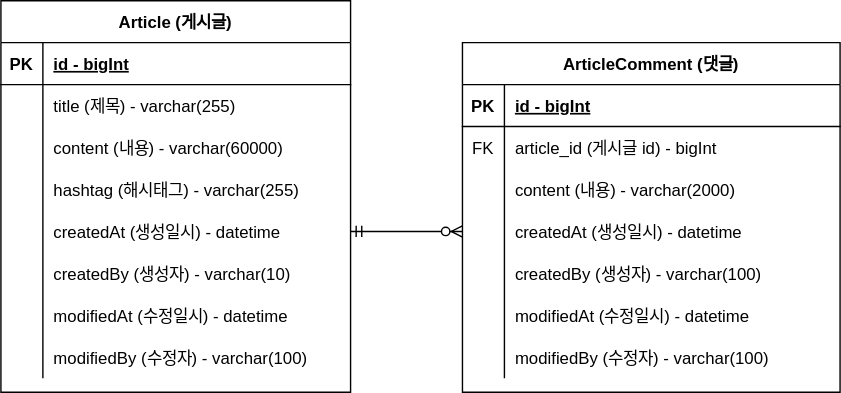
Earlier version of the draw.io export document/project-board-erd.svg (Baeyonghyeon/project-board). Source tidied: cells renumbered, new cells last; positions are measured from the earlier drawing's top-left corner, leaving out a move shared by most shapes.
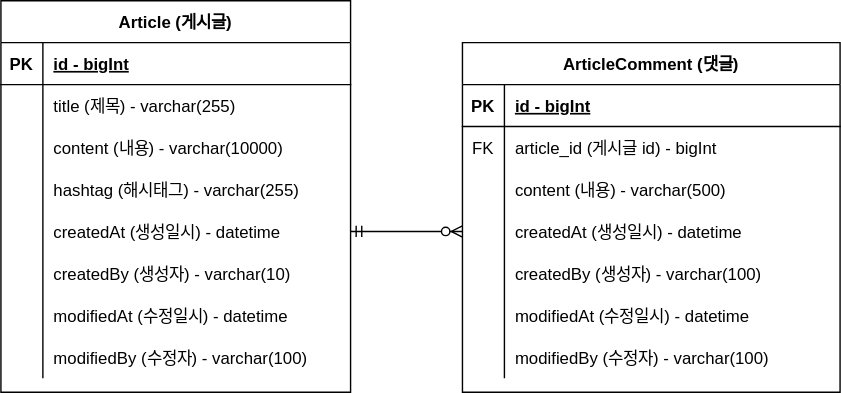
The same file after the commit.

Commit message:
#10 - erd 업데이트 : content 크기 수정

Change to the diagram source:
```diff
@@ -29,7 +29,7 @@
     <mxCell id="10" style="shape=partialRectangle;fillColor=none;top=0;left=0;bottom=0;right=0;overflow=hidden;" parent="9" vertex="1">
       <mxGeometry width="30" height="30" as="geometry" />
     </mxCell>
-    <mxCell id="11" value="content (내용) - varchar(60000)" style="shape=partialRectangle;fillColor=none;top=0;left=0;bottom=0;right=0;align=left;spacingLeft=6;overflow=hidden;" parent="9" vertex="1">
+    <mxCell id="11" value="content (내용) - varchar(10000)" style="shape=partialRectangle;fillColor=none;top=0;left=0;bottom=0;right=0;align=left;spacingLeft=6;overflow=hidden;" parent="9" vertex="1">
       <mxGeometry x="30" width="220" height="30" as="geometry" />
     </mxCell>
     <mxCell id="12" style="shape=tableRow;horizontal=0;startSize=0;swimlaneHead=0;swimlaneBody=0;fillColor=none;top=0;left=0;right=0;bottom=0;" parent="2" vertex="1">
@@ -104,7 +104,7 @@
     <mxCell id="35" style="shape=partialRectangle;fillColor=none;top=0;left=0;bottom=0;right=0;overflow=hidden;" parent="34" vertex="1">
       <mxGeometry width="30" height="30" as="geometry" />
     </mxCell>
-    <mxCell id="36" value="content (내용) - varchar(2000)" style="shape=partialRectangle;fillColor=none;top=0;left=0;bottom=0;right=0;align=left;spacingLeft=6;overflow=hidden;" parent="34" vertex="1">
+    <mxCell id="36" value="content (내용) - varchar(500)" style="shape=partialRectangle;fillColor=none;top=0;left=0;bottom=0;right=0;align=left;spacingLeft=6;overflow=hidden;" parent="34" vertex="1">
       <mxGeometry x="30" width="240" height="30" as="geometry" />
     </mxCell>
     <mxCell id="37" style="shape=tableRow;horizontal=0;startSize=0;swimlaneHead=0;swimlaneBody=0;fillColor=none;points=[[0,0.5],[1,0.5]];portConstraint=eastwest;top=0;left=0;right=0;bottom=0;" parent="27" vertex="1">
```
